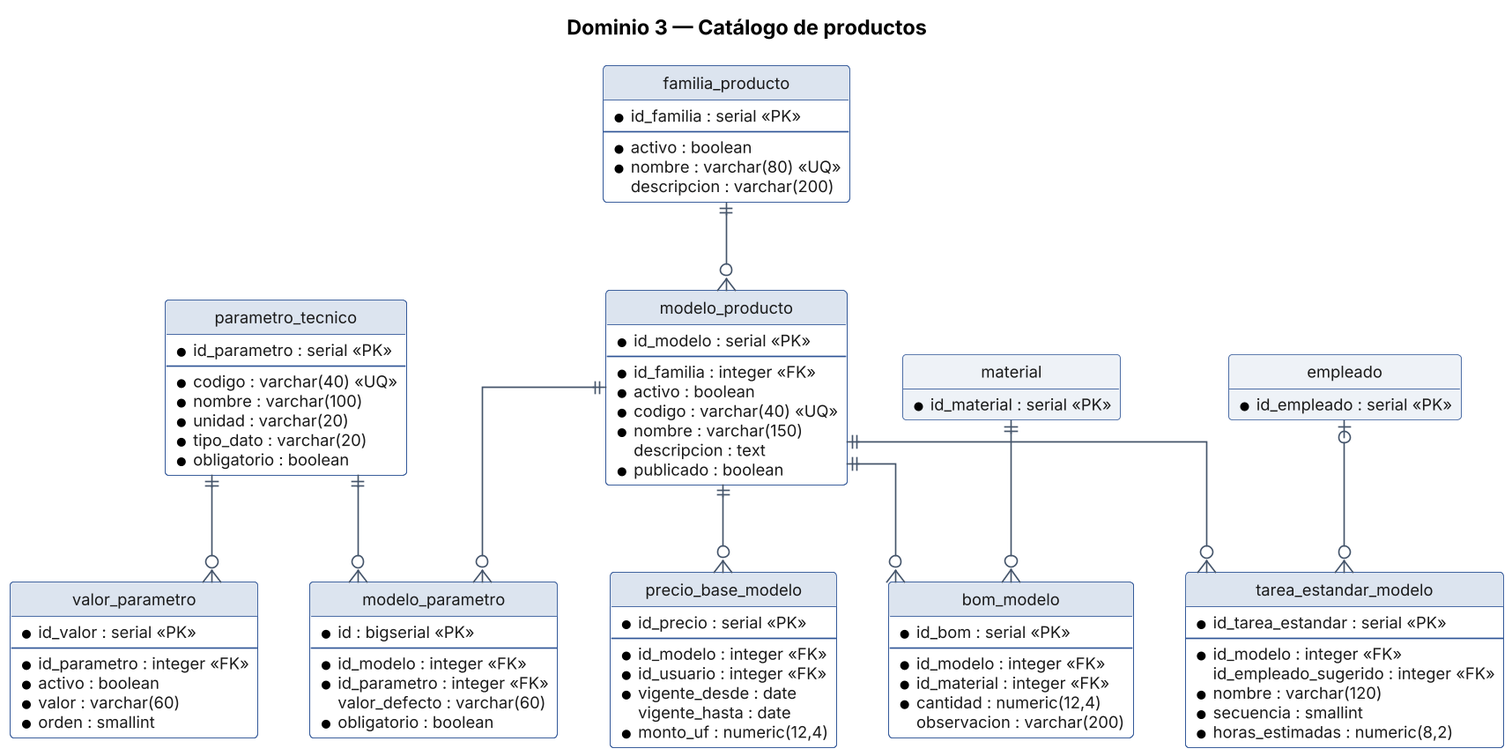
benjamindelgado-dev/SITRAFO keeps this PlantUML diagram as Fase 2/Evidencias Proyecto/Evidencias de documentación/3. Análisis y diseño/SITRAFO_Diagramas_MER_y_Clases/Diagramas MER/MER_Catalogo.png. Above is the earlier version. Its diagram source:
```plantuml
@startuml MER_Catalogo
title Dominio 3 — Catálogo de productos
!include _skin_er.txt

entity "familia_producto" as t0 {
  * id_familia : serial <<PK>>
  --
  * activo : boolean
  * nombre : varchar(80) <<UQ>>
  descripcion : varchar(200)
}
entity "modelo_producto" as t1 {
  * id_modelo : serial <<PK>>
  --
  * id_familia : integer <<FK>>
  * activo : boolean
  * codigo : varchar(40) <<UQ>>
  * nombre : varchar(150)
  descripcion : text
  * publicado : boolean
}
entity "parametro_tecnico" as t2 {
  * id_parametro : serial <<PK>>
  --
  * codigo : varchar(40) <<UQ>>
  * nombre : varchar(100)
  * unidad : varchar(20)
  * tipo_dato : varchar(20)
  * obligatorio : boolean
}
entity "valor_parametro" as t3 {
  * id_valor : serial <<PK>>
  --
  * id_parametro : integer <<FK>>
  * activo : boolean
  * valor : varchar(60)
  * orden : smallint
}
entity "modelo_parametro" as t4 {
  * id : bigserial <<PK>>
  --
  * id_modelo : integer <<FK>>
  * id_parametro : integer <<FK>>
  valor_defecto : varchar(60)
  * obligatorio : boolean
}
entity "precio_base_modelo" as t5 {
  * id_precio : serial <<PK>>
  --
  * id_modelo : integer <<FK>>
  * id_usuario : integer <<FK>>
  * vigente_desde : date
  vigente_hasta : date
  * monto_uf : numeric(12,4)
}
entity "bom_modelo" as t6 {
  * id_bom : serial <<PK>>
  --
  * id_modelo : integer <<FK>>
  * id_material : integer <<FK>>
  * cantidad : numeric(12,4)
  observacion : varchar(200)
}
entity "tarea_estandar_modelo" as t7 {
  * id_tarea_estandar : serial <<PK>>
  --
  * id_modelo : integer <<FK>>
  id_empleado_sugerido : integer <<FK>>
  * nombre : varchar(120)
  * secuencia : smallint
  * horas_estimadas : numeric(8,2)
}
entity "material" as x_material #EEF2F7 {
  * id_material : serial <<PK>>
}
entity "empleado" as x_empleado #EEF2F7 {
  * id_empleado : serial <<PK>>
}

t0 ||--o{ t1
t2 ||--o{ t3
t1 ||--o{ t4
t2 ||--o{ t4
t1 ||--o{ t5
t1 ||--o{ t6
x_material ||--o{ t6
t1 ||--o{ t7
x_empleado |o--o{ t7
@enduml
```
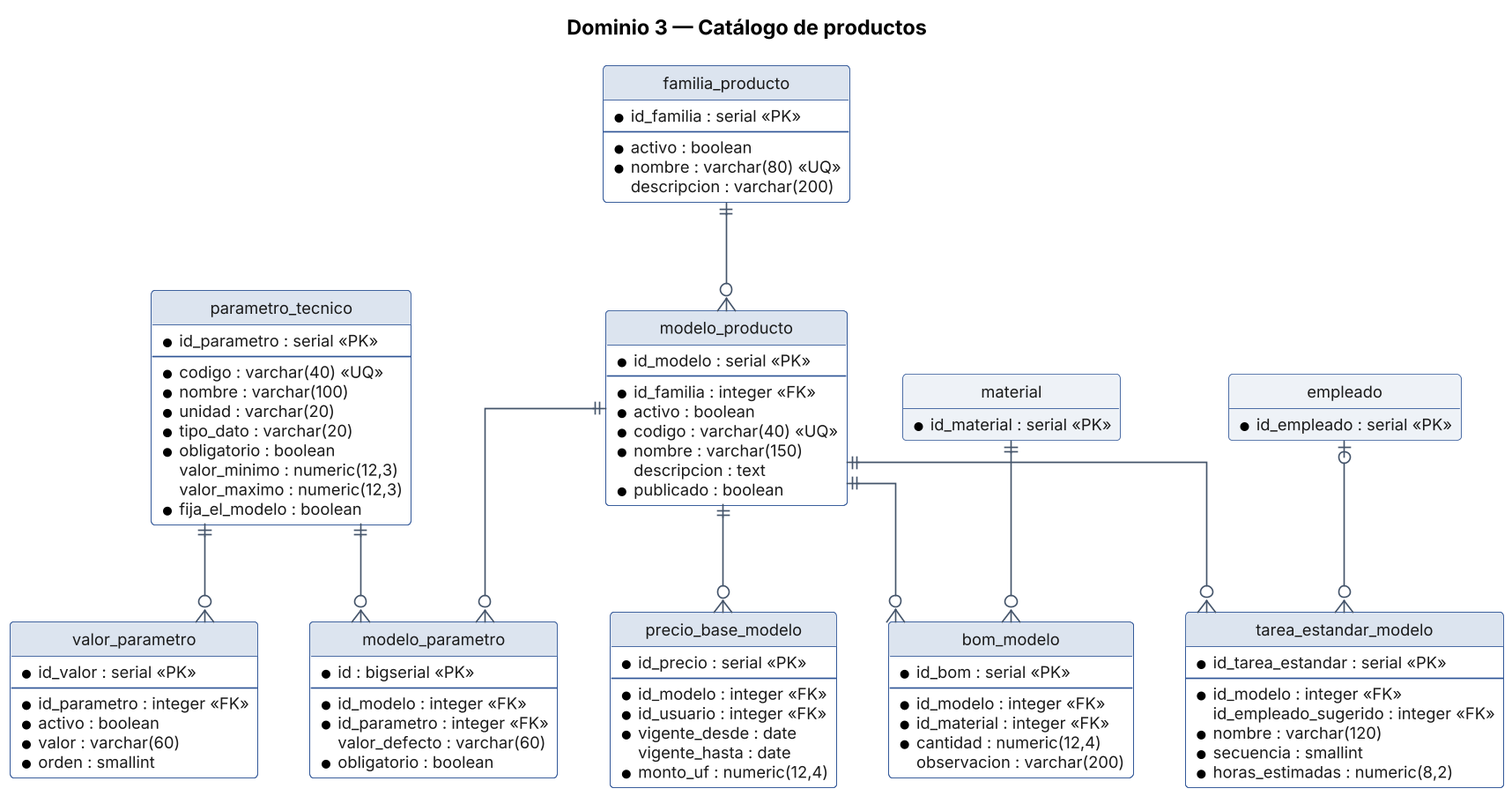
Above is the later version.

Diff of the diagram source:
```diff
@@ -27,6 +27,9 @@
   * unidad : varchar(20)
   * tipo_dato : varchar(20)
   * obligatorio : boolean
+  valor_minimo : numeric(12,3)
+  valor_maximo : numeric(12,3)
+  * fija_el_modelo : boolean
 }
 entity "valor_parametro" as t3 {
   * id_valor : serial <<PK>>
```
